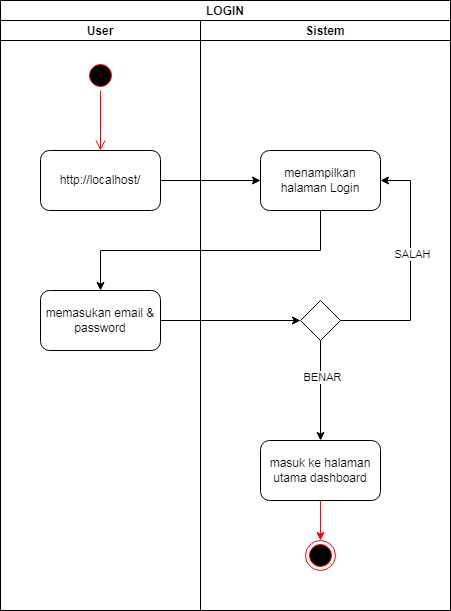
This is SKRIPSI/UML/2. ACTIVITY/LOGIN/LOGIN.png from Rusadi-0/KULIAH, a draw.io export, as it was before one commit. Source tidied: cells renumbered, new cells last; positions are measured from the earlier drawing's top-left corner, leaving out a move shared by most shapes.
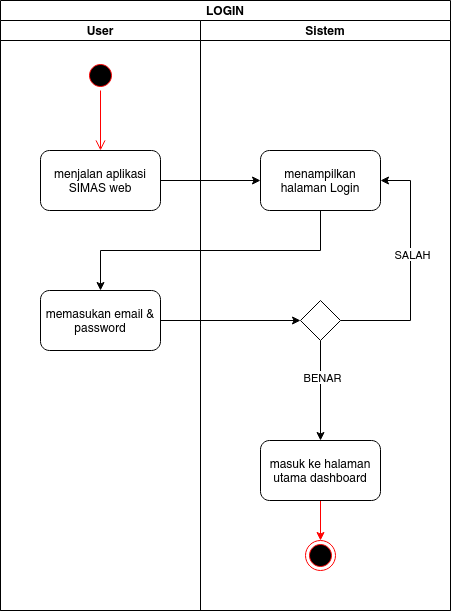
The same file after the commit.

Change to the diagram source:
```diff
@@ -16,7 +16,7 @@
         <mxPoint x="100" y="130" as="targetPoint" />
       </mxGeometry>
     </mxCell>
-    <mxCell id="6" value="http://localhost/" style="rounded=1;whiteSpace=wrap;html=1;" parent="3" vertex="1">
+    <mxCell id="6" value="menjalan aplikasi SIMAS web" style="rounded=1;whiteSpace=wrap;html=1;" parent="3" vertex="1">
       <mxGeometry x="40" y="130" width="120" height="60" as="geometry" />
     </mxCell>
     <mxCell id="7" value="memasukan email &amp;amp; password" style="rounded=1;whiteSpace=wrap;html=1;" parent="3" vertex="1">
```
